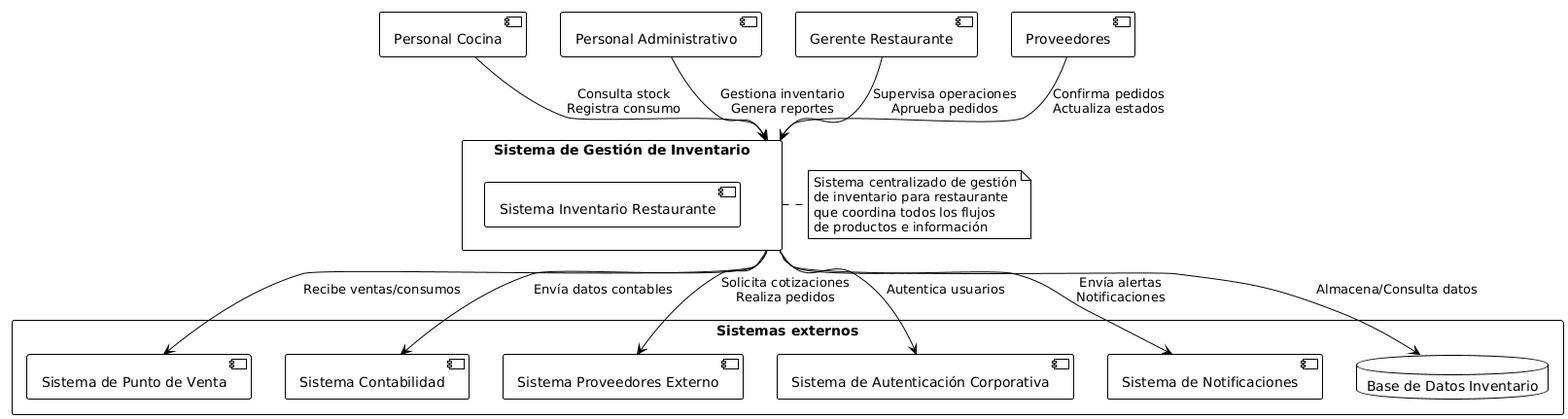
The PlantUML diagram img/Software Architecture Context Diagram.png in Aplicaciones-Web-CodeForge/Report, before a commit. The source it was exported from:
```plantuml
@startuml
!theme plain

skinparam component {
  BackgroundColor White
  BorderColor Black
}

rectangle "Sistema de Gestión de Inventario" as inventory_system {
  [Sistema Inventario Restaurante]
}

rectangle "Sistemas externos" {

  [Sistema de Punto de Venta] as pos_system
  [Sistema Contabilidad] as accounting_system
  [Sistema Proveedores Externo] as external_suppliers
  [Sistema de Autenticación Corporativa] as auth_system
  [Sistema de Notificaciones] as notification_system

  database "Base de Datos Inventario" as inventory_db
}

[Personal Cocina] as kitchen_staff
[Personal Administrativo] as admin_staff
[Gerente Restaurante] as manager
[Proveedores] as suppliers

inventory_system --> inventory_db : Almacena/Consulta datos

kitchen_staff --> inventory_system : Consulta stock\nRegistra consumo
admin_staff --> inventory_system : Gestiona inventario\nGenera reportes
manager --> inventory_system : Supervisa operaciones\nAprueba pedidos
suppliers --> inventory_system : Confirma pedidos\nActualiza estados

inventory_system --> pos_system : Recibe ventas/consumos
inventory_system --> accounting_system : Envía datos contables
inventory_system --> external_suppliers : Solicita cotizaciones\nRealiza pedidos
inventory_system --> auth_system : Autentica usuarios
inventory_system --> notification_system : Envía alertas\nNotificaciones

note right of inventory_system
  Sistema centralizado de gestión
  de inventario para restaurante
  que coordina todos los flujos
  de productos e información
end note
@enduml
```
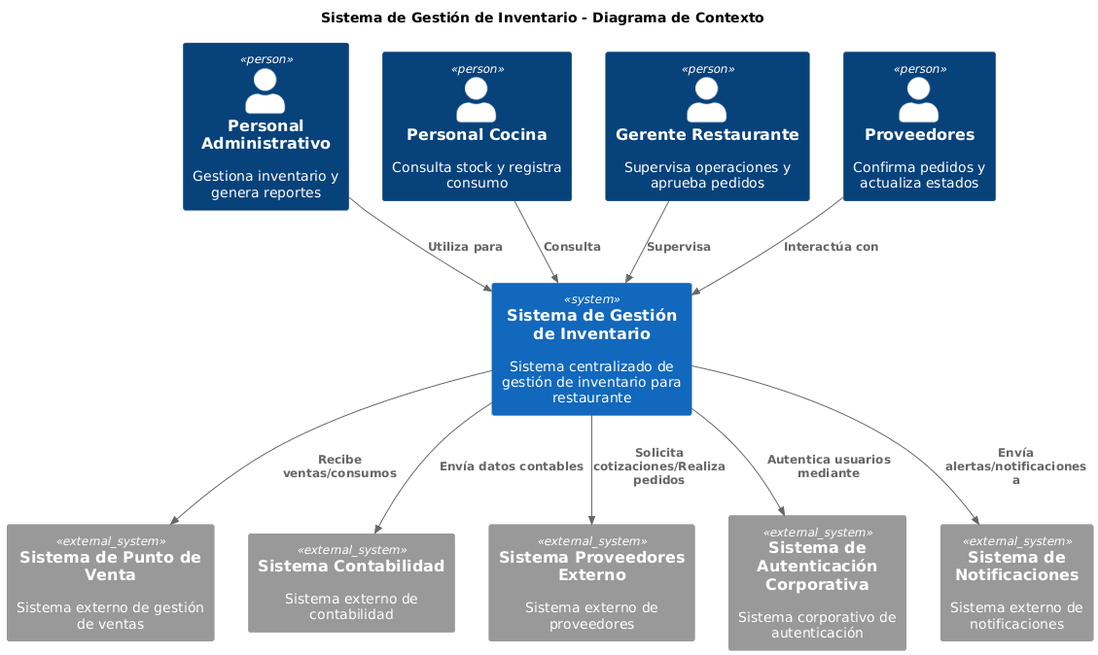
After the commit.

The edit, as a diff of the source:
```diff
@@ -1,48 +1,29 @@
 @startuml
-!theme plain
+!include <c4/C4_Context>
 
-skinparam component {
-  BackgroundColor White
-  BorderColor Black
-}
+title Sistema de Gestión de Inventario - Diagrama de Contexto
 
-rectangle "Sistema de Gestión de Inventario" as inventory_system {
-  [Sistema Inventario Restaurante]
-}
+Person(admin_staff, "Personal Administrativo", "Gestiona inventario y genera reportes")
+Person(kitchen_staff, "Personal Cocina", "Consulta stock y registra consumo")
+Person(manager, "Gerente Restaurante", "Supervisa operaciones y aprueba pedidos")
+Person(suppliers, "Proveedores", "Confirma pedidos y actualiza estados")
 
-rectangle "Sistemas externos" {
+System(sistema_inventario, "Sistema de Gestión de Inventario", "Sistema centralizado de gestión de inventario para restaurante")
 
-  [Sistema de Punto de Venta] as pos_system
-  [Sistema Contabilidad] as accounting_system
-  [Sistema Proveedores Externo] as external_suppliers
-  [Sistema de Autenticación Corporativa] as auth_system
-  [Sistema de Notificaciones] as notification_system
+System_Ext(pos_system, "Sistema de Punto de Venta", "Sistema externo de gestión de ventas")
+System_Ext(accounting_system, "Sistema Contabilidad", "Sistema externo de contabilidad")
+System_Ext(external_suppliers, "Sistema Proveedores Externo", "Sistema externo de proveedores")
+System_Ext(auth_system, "Sistema de Autenticación Corporativa", "Sistema corporativo de autenticación")
+System_Ext(notification_system, "Sistema de Notificaciones", "Sistema externo de notificaciones")
 
-  database "Base de Datos Inventario" as inventory_db
-}
+Rel(admin_staff, sistema_inventario, "Utiliza para")
+Rel(kitchen_staff, sistema_inventario, "Consulta")
+Rel(manager, sistema_inventario, "Supervisa")
+Rel(suppliers, sistema_inventario, "Interactúa con")
 
-[Personal Cocina] as kitchen_staff
-[Personal Administrativo] as admin_staff
-[Gerente Restaurante] as manager
-[Proveedores] as suppliers
-
-inventory_system --> inventory_db : Almacena/Consulta datos
-
-kitchen_staff --> inventory_system : Consulta stock\nRegistra consumo
-admin_staff --> inventory_system : Gestiona inventario\nGenera reportes
-manager --> inventory_system : Supervisa operaciones\nAprueba pedidos
-suppliers --> inventory_system : Confirma pedidos\nActualiza estados
-
-inventory_system --> pos_system : Recibe ventas/consumos
-inventory_system --> accounting_system : Envía datos contables
-inventory_system --> external_suppliers : Solicita cotizaciones\nRealiza pedidos
-inventory_system --> auth_system : Autentica usuarios
-inventory_system --> notification_system : Envía alertas\nNotificaciones
-
-note right of inventory_system
-  Sistema centralizado de gestión
-  de inventario para restaurante
-  que coordina todos los flujos
-  de productos e información
-end note
+Rel(sistema_inventario, pos_system, "Recibe ventas/consumos")
+Rel(sistema_inventario, accounting_system, "Envía datos contables")
+Rel(sistema_inventario, external_suppliers, "Solicita cotizaciones/Realiza pedidos")
+Rel(sistema_inventario, auth_system, "Autentica usuarios mediante")
+Rel(sistema_inventario, notification_system, "Envía alertas/notificaciones a")
 @enduml
```
